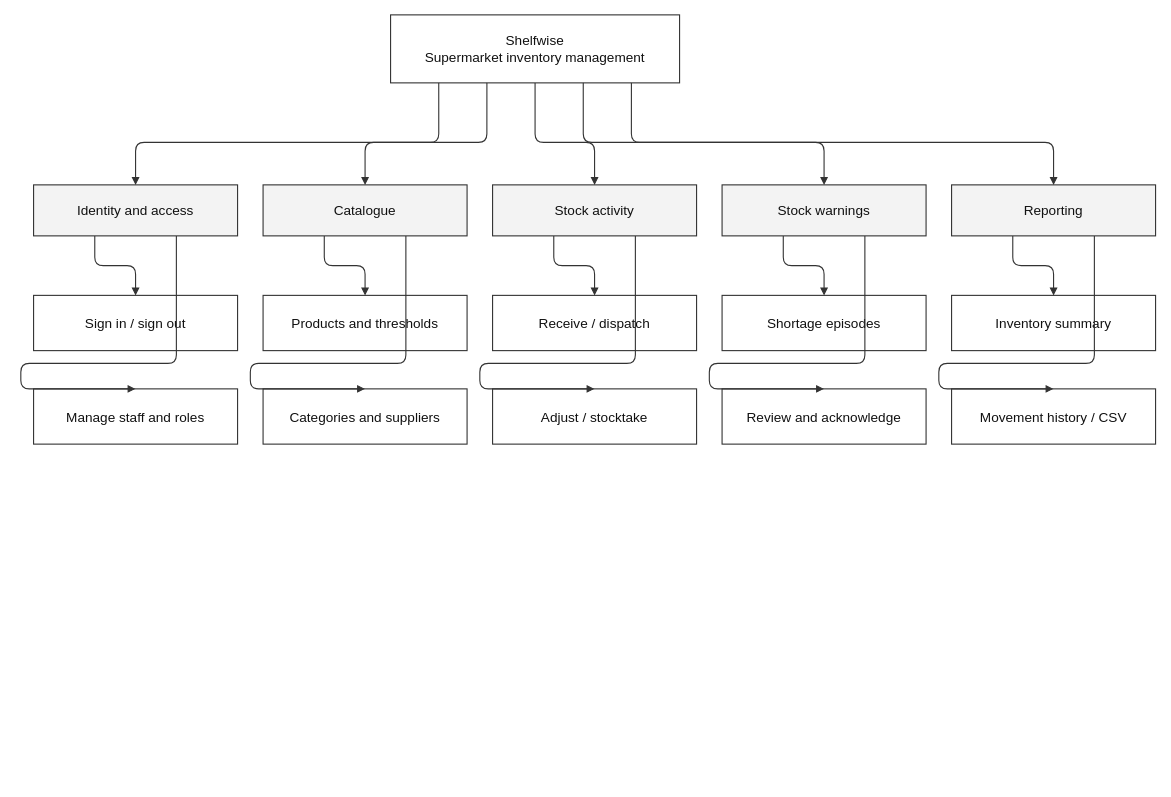
The draw.io diagram thesis/figure-assets/diagrams/01-functional-model.drawio in ZeroRegister/SupermarketsSystem, before the edit. Source tidied: cells renumbered, new cells numbered last; positions are measured from the earlier drawing's top-left corner, leaving out a move shared by most shapes. Both pictures are drawn from the tidied source at 85%, with x=0, y=0 at pixel (20, 14).
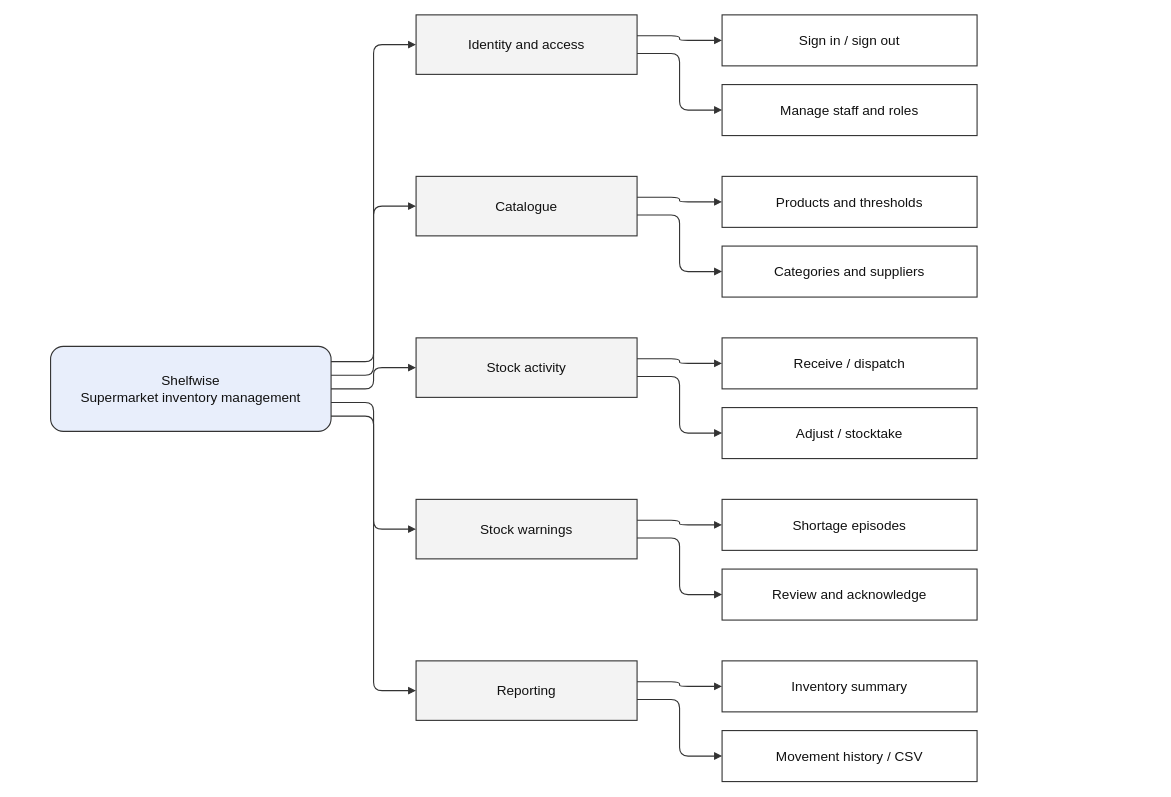
The same page after the edit.

The edit, as a diff of the source:
```diff
@@
-    <mxCell id="2" value="Shelfwise&#10;Supermarket inventory management" style="whiteSpace=wrap;html=1;fontFamily=Arial;fontSize=16;fontColor=#111111;strokeColor=#333333;strokeWidth=1.3;rounded=0;fillColor=#ffffff;" parent="1" vertex="1">
-      <mxGeometry x="435" width="340" height="80" as="geometry" />
+    <mxCell id="2" value="Shelfwise&#10;Supermarket inventory management" style="whiteSpace=wrap;html=1;fontFamily=Arial;fontSize=16;fontColor=#111111;strokeColor=#333333;strokeWidth=1.3;rounded=0;fillColor=#ffffff;rounded=1;fillColor=#e8eefb;" parent="1" vertex="1">
+      <mxGeometry x="35" y="390" width="330" height="100" as="geometry" />
     </mxCell>
     <mxCell id="3" value="Identity and access" style="whiteSpace=wrap;html=1;fontFamily=Arial;fontSize=16;fontColor=#111111;strokeColor=#333333;strokeWidth=1.3;rounded=0;fillColor=#ffffff;fillColor=#f3f3f3;" parent="1" vertex="1">
-      <mxGeometry x="15" y="200" width="240" height="60" as="geometry" />
+      <mxGeometry x="465" width="260" height="70" as="geometry" />
     </mxCell>
-    <mxCell id="4" style="whiteSpace=wrap;html=1;fontFamily=Arial;fontSize=16;fontColor=#111111;strokeColor=#333333;strokeWidth=1.3;edgeStyle=orthogonalEdgeStyle;rounded=1;jettySize=auto;fontSize=13;whiteSpace=nowrap;labelBackgroundColor=#ffffff;endArrow=block;endFill=1;exitX=0.16666666666666666;exitY=1;entryX=0.5;entryY=0;" parent="1" edge="1" source="2" target="3">
-      <mxGeometry relative="1" as="geometry">
-        <Array as="points">
-          <mxPoint x="135" y="150" />
-        </Array>
-      </mxGeometry>
+    <mxCell id="4" style="whiteSpace=wrap;html=1;fontFamily=Arial;fontSize=16;fontColor=#111111;strokeColor=#333333;strokeWidth=1.3;edgeStyle=orthogonalEdgeStyle;rounded=1;jettySize=auto;fontSize=13;whiteSpace=nowrap;labelBackgroundColor=#ffffff;endArrow=block;endFill=1;exitX=1;exitY=0.18;entryX=0;entryY=0.5;" parent="1" edge="1" source="2" target="3">
+      <mxGeometry relative="1" as="geometry" />
     </mxCell>
     <mxCell id="5" value="Sign in / sign out" style="whiteSpace=wrap;html=1;fontFamily=Arial;fontSize=16;fontColor=#111111;strokeColor=#333333;strokeWidth=1.3;rounded=0;fillColor=#ffffff;" parent="1" vertex="1">
-      <mxGeometry x="15" y="330" width="240" height="65" as="geometry" />
+      <mxGeometry x="825" width="300" height="60" as="geometry" />
     </mxCell>
-    <mxCell id="6" style="whiteSpace=wrap;html=1;fontFamily=Arial;fontSize=16;fontColor=#111111;strokeColor=#333333;strokeWidth=1.3;edgeStyle=orthogonalEdgeStyle;rounded=1;jettySize=auto;fontSize=13;whiteSpace=nowrap;labelBackgroundColor=#ffffff;endArrow=block;endFill=1;exitX=0.3;exitY=1;entryX=0.5;entryY=0;" parent="1" edge="1" source="3" target="5">
+    <mxCell id="6" style="whiteSpace=wrap;html=1;fontFamily=Arial;fontSize=16;fontColor=#111111;strokeColor=#333333;strokeWidth=1.3;edgeStyle=orthogonalEdgeStyle;rounded=1;jettySize=auto;fontSize=13;whiteSpace=nowrap;labelBackgroundColor=#ffffff;endArrow=block;endFill=1;exitX=1;exitY=0.35;entryX=0;entryY=0.5;" parent="1" edge="1" source="3" target="5">
       <mxGeometry relative="1" as="geometry" />
     </mxCell>
     <mxCell id="7" value="Manage staff and roles" style="whiteSpace=wrap;html=1;fontFamily=Arial;fontSize=16;fontColor=#111111;strokeColor=#333333;strokeWidth=1.3;rounded=0;fillColor=#ffffff;" parent="1" vertex="1">
-      <mxGeometry x="15" y="440" width="240" height="65" as="geometry" />
+      <mxGeometry x="825" y="82" width="300" height="60" as="geometry" />
     </mxCell>
-    <mxCell id="8" style="whiteSpace=wrap;html=1;fontFamily=Arial;fontSize=16;fontColor=#111111;strokeColor=#333333;strokeWidth=1.3;edgeStyle=orthogonalEdgeStyle;rounded=1;jettySize=auto;fontSize=13;whiteSpace=nowrap;labelBackgroundColor=#ffffff;endArrow=block;endFill=1;exitX=0.7;exitY=1;entryX=0.5;entryY=0;" parent="1" edge="1" source="3" target="7">
-      <mxGeometry relative="1" as="geometry">
-        <Array as="points">
-          <mxPoint y="410" />
-        </Array>
-      </mxGeometry>
+    <mxCell id="8" style="whiteSpace=wrap;html=1;fontFamily=Arial;fontSize=16;fontColor=#111111;strokeColor=#333333;strokeWidth=1.3;edgeStyle=orthogonalEdgeStyle;rounded=1;jettySize=auto;fontSize=13;whiteSpace=nowrap;labelBackgroundColor=#ffffff;endArrow=block;endFill=1;exitX=1;exitY=0.6499999999999999;entryX=0;entryY=0.5;" parent="1" edge="1" source="3" target="7">
+      <mxGeometry relative="1" as="geometry" />
     </mxCell>
     <mxCell id="9" value="Catalogue" style="whiteSpace=wrap;html=1;fontFamily=Arial;fontSize=16;fontColor=#111111;strokeColor=#333333;strokeWidth=1.3;rounded=0;fillColor=#ffffff;fillColor=#f3f3f3;" parent="1" vertex="1">
-      <mxGeometry x="285" y="200" width="240" height="60" as="geometry" />
+      <mxGeometry x="465" y="190" width="260" height="70" as="geometry" />
     </mxCell>
-    <mxCell id="10" style="whiteSpace=wrap;html=1;fontFamily=Arial;fontSize=16;fontColor=#111111;strokeColor=#333333;strokeWidth=1.3;edgeStyle=orthogonalEdgeStyle;rounded=1;jettySize=auto;fontSize=13;whiteSpace=nowrap;labelBackgroundColor=#ffffff;endArrow=block;endFill=1;exitX=0.3333333333333333;exitY=1;entryX=0.5;entryY=0;" parent="1" edge="1" source="2" target="9">
-      <mxGeometry relative="1" as="geometry">
-        <Array as="points">
-          <mxPoint x="405" y="150" />
-        </Array>
-      </mxGeometry>
+    <mxCell id="10" style="whiteSpace=wrap;html=1;fontFamily=Arial;fontSize=16;fontColor=#111111;strokeColor=#333333;strokeWidth=1.3;edgeStyle=orthogonalEdgeStyle;rounded=1;jettySize=auto;fontSize=13;whiteSpace=nowrap;labelBackgroundColor=#ffffff;endArrow=block;endFill=1;exitX=1;exitY=0.33999999999999997;entryX=0;entryY=0.5;" parent="1" edge="1" source="2" target="9">
+      <mxGeometry relative="1" as="geometry" />
     </mxCell>
     <mxCell id="11" value="Products and thresholds" style="whiteSpace=wrap;html=1;fontFamily=Arial;fontSize=16;fontColor=#111111;strokeColor=#333333;strokeWidth=1.3;rounded=0;fillColor=#ffffff;" parent="1" vertex="1">
-      <mxGeometry x="285" y="330" width="240" height="65" as="geometry" />
+      <mxGeometry x="825" y="190" width="300" height="60" as="geometry" />
     </mxCell>
-    <mxCell id="12" style="whiteSpace=wrap;html=1;fontFamily=Arial;fontSize=16;fontColor=#111111;strokeColor=#333333;strokeWidth=1.3;edgeStyle=orthogonalEdgeStyle;rounded=1;jettySize=auto;fontSize=13;whiteSpace=nowrap;labelBackgroundColor=#ffffff;endArrow=block;endFill=1;exitX=0.3;exitY=1;entryX=0.5;entryY=0;" parent="1" edge="1" source="9" target="11">
+    <mxCell id="12" style="whiteSpace=wrap;html=1;fontFamily=Arial;fontSize=16;fontColor=#111111;strokeColor=#333333;strokeWidth=1.3;edgeStyle=orthogonalEdgeStyle;rounded=1;jettySize=auto;fontSize=13;whiteSpace=nowrap;labelBackgroundColor=#ffffff;endArrow=block;endFill=1;exitX=1;exitY=0.35;entryX=0;entryY=0.5;" parent="1" edge="1" source="9" target="11">
       <mxGeometry relative="1" as="geometry" />
     </mxCell>
     <mxCell id="13" value="Categories and suppliers" style="whiteSpace=wrap;html=1;fontFamily=Arial;fontSize=16;fontColor=#111111;strokeColor=#333333;strokeWidth=1.3;rounded=0;fillColor=#ffffff;" parent="1" vertex="1">
-      <mxGeometry x="285" y="440" width="240" height="65" as="geometry" />
+      <mxGeometry x="825" y="272" width="300" height="60" as="geometry" />
     </mxCell>
-    <mxCell id="14" style="whiteSpace=wrap;html=1;fontFamily=Arial;fontSize=16;fontColor=#111111;strokeColor=#333333;strokeWidth=1.3;edgeStyle=orthogonalEdgeStyle;rounded=1;jettySize=auto;fontSize=13;whiteSpace=nowrap;labelBackgroundColor=#ffffff;endArrow=block;endFill=1;exitX=0.7;exitY=1;entryX=0.5;entryY=0;" parent="1" edge="1" source="9" target="13">
-      <mxGeometry relative="1" as="geometry">
-        <Array as="points">
-          <mxPoint x="270" y="410" />
-        </Array>
-      </mxGeometry>
+    <mxCell id="14" style="whiteSpace=wrap;html=1;fontFamily=Arial;fontSize=16;fontColor=#111111;strokeColor=#333333;strokeWidth=1.3;edgeStyle=orthogonalEdgeStyle;rounded=1;jettySize=auto;fontSize=13;whiteSpace=nowrap;labelBackgroundColor=#ffffff;endArrow=block;endFill=1;exitX=1;exitY=0.6499999999999999;entryX=0;entryY=0.5;" parent="1" edge="1" source="9" target="13">
+      <mxGeometry relative="1" as="geometry" />
     </mxCell>
     <mxCell id="15" value="Stock activity" style="whiteSpace=wrap;html=1;fontFamily=Arial;fontSize=16;fontColor=#111111;strokeColor=#333333;strokeWidth=1.3;rounded=0;fillColor=#ffffff;fillColor=#f3f3f3;" parent="1" vertex="1">
-      <mxGeometry x="555" y="200" width="240" height="60" as="geometry" />
+      <mxGeometry x="465" y="380" width="260" height="70" as="geometry" />
     </mxCell>
-    <mxCell id="16" style="whiteSpace=wrap;html=1;fontFamily=Arial;fontSize=16;fontColor=#111111;strokeColor=#333333;strokeWidth=1.3;edgeStyle=orthogonalEdgeStyle;rounded=1;jettySize=auto;fontSize=13;whiteSpace=nowrap;labelBackgroundColor=#ffffff;endArrow=block;endFill=1;exitX=0.5;exitY=1;entryX=0.5;entryY=0;" parent="1" edge="1" source="2" target="15">
-      <mxGeometry relative="1" as="geometry">
-        <Array as="points">
-          <mxPoint x="675" y="150" />
-        </Array>
-      </mxGeometry>
+    <mxCell id="16" style="whiteSpace=wrap;html=1;fontFamily=Arial;fontSize=16;fontColor=#111111;strokeColor=#333333;strokeWidth=1.3;edgeStyle=orthogonalEdgeStyle;rounded=1;jettySize=auto;fontSize=13;whiteSpace=nowrap;labelBackgroundColor=#ffffff;endArrow=block;endFill=1;exitX=1;exitY=0.5;entryX=0;entryY=0.5;" parent="1" edge="1" source="2" target="15">
+      <mxGeometry relative="1" as="geometry" />
     </mxCell>
     <mxCell id="17" value="Receive / dispatch" style="whiteSpace=wrap;html=1;fontFamily=Arial;fontSize=16;fontColor=#111111;strokeColor=#333333;strokeWidth=1.3;rounded=0;fillColor=#ffffff;" parent="1" vertex="1">
-      <mxGeometry x="555" y="330" width="240" height="65" as="geometry" />
+      <mxGeometry x="825" y="380" width="300" height="60" as="geometry" />
     </mxCell>
-    <mxCell id="18" style="whiteSpace=wrap;html=1;fontFamily=Arial;fontSize=16;fontColor=#111111;strokeColor=#333333;strokeWidth=1.3;edgeStyle=orthogonalEdgeStyle;rounded=1;jettySize=auto;fontSize=13;whiteSpace=nowrap;labelBackgroundColor=#ffffff;endArrow=block;endFill=1;exitX=0.3;exitY=1;entryX=0.5;entryY=0;" parent="1" edge="1" source="15" target="17">
+    <mxCell id="18" style="whiteSpace=wrap;html=1;fontFamily=Arial;fontSize=16;fontColor=#111111;strokeColor=#333333;strokeWidth=1.3;edgeStyle=orthogonalEdgeStyle;rounded=1;jettySize=auto;fontSize=13;whiteSpace=nowrap;labelBackgroundColor=#ffffff;endArrow=block;endFill=1;exitX=1;exitY=0.35;entryX=0;entryY=0.5;" parent="1" edge="1" source="15" target="17">
       <mxGeometry relative="1" as="geometry" />
     </mxCell>
     <mxCell id="19" value="Adjust / stocktake" style="whiteSpace=wrap;html=1;fontFamily=Arial;fontSize=16;fontColor=#111111;strokeColor=#333333;strokeWidth=1.3;rounded=0;fillColor=#ffffff;" parent="1" vertex="1">
-      <mxGeometry x="555" y="440" width="240" height="65" as="geometry" />
+      <mxGeometry x="825" y="462" width="300" height="60" as="geometry" />
     </mxCell>
-    <mxCell id="20" style="whiteSpace=wrap;html=1;fontFamily=Arial;fontSize=16;fontColor=#111111;strokeColor=#333333;strokeWidth=1.3;edgeStyle=orthogonalEdgeStyle;rounded=1;jettySize=auto;fontSize=13;whiteSpace=nowrap;labelBackgroundColor=#ffffff;endArrow=block;endFill=1;exitX=0.7;exitY=1;entryX=0.5;entryY=0;" parent="1" edge="1" source="15" target="19">
-      <mxGeometry relative="1" as="geometry">
-        <Array as="points">
-          <mxPoint x="540" y="410" />
-        </Array>
-      </mxGeometry>
+    <mxCell id="20" style="whiteSpace=wrap;html=1;fontFamily=Arial;fontSize=16;fontColor=#111111;strokeColor=#333333;strokeWidth=1.3;edgeStyle=orthogonalEdgeStyle;rounded=1;jettySize=auto;fontSize=13;whiteSpace=nowrap;labelBackgroundColor=#ffffff;endArrow=block;endFill=1;exitX=1;exitY=0.6499999999999999;entryX=0;entryY=0.5;" parent="1" edge="1" source="15" target="19">
+      <mxGeometry relative="1" as="geometry" />
     </mxCell>
     <mxCell id="21" value="Stock warnings" style="whiteSpace=wrap;html=1;fontFamily=Arial;fontSize=16;fontColor=#111111;strokeColor=#333333;strokeWidth=1.3;rounded=0;fillColor=#ffffff;fillColor=#f3f3f3;" parent="1" vertex="1">
-      <mxGeometry x="825" y="200" width="240" height="60" as="geometry" />
+      <mxGeometry x="465" y="570" width="260" height="70" as="geometry" />
     </mxCell>
-    <mxCell id="22" style="whiteSpace=wrap;html=1;fontFamily=Arial;fontSize=16;fontColor=#111111;strokeColor=#333333;strokeWidth=1.3;edgeStyle=orthogonalEdgeStyle;rounded=1;jettySize=auto;fontSize=13;whiteSpace=nowrap;labelBackgroundColor=#ffffff;endArrow=block;endFill=1;exitX=0.6666666666666666;exitY=1;entryX=0.5;entryY=0;" parent="1" edge="1" source="2" target="21">
-      <mxGeometry relative="1" as="geometry">
-        <Array as="points">
-          <mxPoint x="945" y="150" />
-        </Array>
-      </mxGeometry>
+    <mxCell id="22" style="whiteSpace=wrap;html=1;fontFamily=Arial;fontSize=16;fontColor=#111111;strokeColor=#333333;strokeWidth=1.3;edgeStyle=orthogonalEdgeStyle;rounded=1;jettySize=auto;fontSize=13;whiteSpace=nowrap;labelBackgroundColor=#ffffff;endArrow=block;endFill=1;exitX=1;exitY=0.6599999999999999;entryX=0;entryY=0.5;" parent="1" edge="1" source="2" target="21">
+      <mxGeometry relative="1" as="geometry" />
     </mxCell>
     <mxCell id="23" value="Shortage episodes" style="whiteSpace=wrap;html=1;fontFamily=Arial;fontSize=16;fontColor=#111111;strokeColor=#333333;strokeWidth=1.3;rounded=0;fillColor=#ffffff;" parent="1" vertex="1">
-      <mxGeometry x="825" y="330" width="240" height="65" as="geometry" />
+      <mxGeometry x="825" y="570" width="300" height="60" as="geometry" />
     </mxCell>
-    <mxCell id="24" style="whiteSpace=wrap;html=1;fontFamily=Arial;fontSize=16;fontColor=#111111;strokeColor=#333333;strokeWidth=1.3;edgeStyle=orthogonalEdgeStyle;rounded=1;jettySize=auto;fontSize=13;whiteSpace=nowrap;labelBackgroundColor=#ffffff;endArrow=block;endFill=1;exitX=0.3;exitY=1;entryX=0.5;entryY=0;" parent="1" edge="1" source="21" target="23">
+    <mxCell id="24" style="whiteSpace=wrap;html=1;fontFamily=Arial;fontSize=16;fontColor=#111111;strokeColor=#333333;strokeWidth=1.3;edgeStyle=orthogonalEdgeStyle;rounded=1;jettySize=auto;fontSize=13;whiteSpace=nowrap;labelBackgroundColor=#ffffff;endArrow=block;endFill=1;exitX=1;exitY=0.35;entryX=0;entryY=0.5;" parent="1" edge="1" source="21" target="23">
       <mxGeometry relative="1" as="geometry" />
     </mxCell>
     <mxCell id="25" value="Review and acknowledge" style="whiteSpace=wrap;html=1;fontFamily=Arial;fontSize=16;fontColor=#111111;strokeColor=#333333;strokeWidth=1.3;rounded=0;fillColor=#ffffff;" parent="1" vertex="1">
-      <mxGeometry x="825" y="440" width="240" height="65" as="geometry" />
+      <mxGeometry x="825" y="652" width="300" height="60" as="geometry" />
     </mxCell>
-    <mxCell id="26" style="whiteSpace=wrap;html=1;fontFamily=Arial;fontSize=16;fontColor=#111111;strokeColor=#333333;strokeWidth=1.3;edgeStyle=orthogonalEdgeStyle;rounded=1;jettySize=auto;fontSize=13;whiteSpace=nowrap;labelBackgroundColor=#ffffff;endArrow=block;endFill=1;exitX=0.7;exitY=1;entryX=0.5;entryY=0;" parent="1" edge="1" source="21" target="25">
-      <mxGeometry relative="1" as="geometry">
-        <Array as="points">
-          <mxPoint x="810" y="410" />
-        </Array>
-      </mxGeometry>
+    <mxCell id="26" style="whiteSpace=wrap;html=1;fontFamily=Arial;fontSize=16;fontColor=#111111;strokeColor=#333333;strokeWidth=1.3;edgeStyle=orthogonalEdgeStyle;rounded=1;jettySize=auto;fontSize=13;whiteSpace=nowrap;labelBackgroundColor=#ffffff;endArrow=block;endFill=1;exitX=1;exitY=0.6499999999999999;entryX=0;entryY=0.5;" parent="1" edge="1" source="21" target="25">
+      <mxGeometry relative="1" as="geometry" />
     </mxCell>
     <mxCell id="27" value="Reporting" style="whiteSpace=wrap;html=1;fontFamily=Arial;fontSize=16;fontColor=#111111;strokeColor=#333333;strokeWidth=1.3;rounded=0;fillColor=#ffffff;fillColor=#f3f3f3;" parent="1" vertex="1">
-      <mxGeometry x="1095" y="200" width="240" height="60" as="geometry" />
+      <mxGeometry x="465" y="760" width="260" height="70" as="geometry" />
     </mxCell>
-    <mxCell id="28" style="whiteSpace=wrap;html=1;fontFamily=Arial;fontSize=16;fontColor=#111111;strokeColor=#333333;strokeWidth=1.3;edgeStyle=orthogonalEdgeStyle;rounded=1;jettySize=auto;fontSize=13;whiteSpace=nowrap;labelBackgroundColor=#ffffff;endArrow=block;endFill=1;exitX=0.8333333333333334;exitY=1;entryX=0.5;entryY=0;" parent="1" edge="1" source="2" target="27">
-      <mxGeometry relative="1" as="geometry">
-        <Array as="points">
-          <mxPoint x="1215" y="150" />
-        </Array>
-      </mxGeometry>
+    <mxCell id="28" style="whiteSpace=wrap;html=1;fontFamily=Arial;fontSize=16;fontColor=#111111;strokeColor=#333333;strokeWidth=1.3;edgeStyle=orthogonalEdgeStyle;rounded=1;jettySize=auto;fontSize=13;whiteSpace=nowrap;labelBackgroundColor=#ffffff;endArrow=block;endFill=1;exitX=1;exitY=0.8200000000000001;entryX=0;entryY=0.5;" parent="1" edge="1" source="2" target="27">
+      <mxGeometry relative="1" as="geometry" />
     </mxCell>
     <mxCell id="29" value="Inventory summary" style="whiteSpace=wrap;html=1;fontFamily=Arial;fontSize=16;fontColor=#111111;strokeColor=#333333;strokeWidth=1.3;rounded=0;fillColor=#ffffff;" parent="1" vertex="1">
-      <mxGeometry x="1095" y="330" width="240" height="65" as="geometry" />
+      <mxGeometry x="825" y="760" width="300" height="60" as="geometry" />
     </mxCell>
-    <mxCell id="30" style="whiteSpace=wrap;html=1;fontFamily=Arial;fontSize=16;fontColor=#111111;strokeColor=#333333;strokeWidth=1.3;edgeStyle=orthogonalEdgeStyle;rounded=1;jettySize=auto;fontSize=13;whiteSpace=nowrap;labelBackgroundColor=#ffffff;endArrow=block;endFill=1;exitX=0.3;exitY=1;entryX=0.5;entryY=0;" parent="1" edge="1" source="27" target="29">
+    <mxCell id="30" style="whiteSpace=wrap;html=1;fontFamily=Arial;fontSize=16;fontColor=#111111;strokeColor=#333333;strokeWidth=1.3;edgeStyle=orthogonalEdgeStyle;rounded=1;jettySize=auto;fontSize=13;whiteSpace=nowrap;labelBackgroundColor=#ffffff;endArrow=block;endFill=1;exitX=1;exitY=0.35;entryX=0;entryY=0.5;" parent="1" edge="1" source="27" target="29">
       <mxGeometry relative="1" as="geometry" />
     </mxCell>
     <mxCell id="31" value="Movement history / CSV" style="whiteSpace=wrap;html=1;fontFamily=Arial;fontSize=16;fontColor=#111111;strokeColor=#333333;strokeWidth=1.3;rounded=0;fillColor=#ffffff;" parent="1" vertex="1">
-      <mxGeometry x="1095" y="440" width="240" height="65" as="geometry" />
+      <mxGeometry x="825" y="842" width="300" height="60" as="geometry" />
     </mxCell>
-    <mxCell id="32" style="whiteSpace=wrap;html=1;fontFamily=Arial;fontSize=16;fontColor=#111111;strokeColor=#333333;strokeWidth=1.3;edgeStyle=orthogonalEdgeStyle;rounded=1;jettySize=auto;fontSize=13;whiteSpace=nowrap;labelBackgroundColor=#ffffff;endArrow=block;endFill=1;exitX=0.7;exitY=1;entryX=0.5;entryY=0;" parent="1" edge="1" source="27" target="31">
-      <mxGeometry relative="1" as="geometry">
-        <Array as="points">
-          <mxPoint x="1080" y="410" />
-        </Array>
-      </mxGeometry>
+    <mxCell id="32" style="whiteSpace=wrap;html=1;fontFamily=Arial;fontSize=16;fontColor=#111111;strokeColor=#333333;strokeWidth=1.3;edgeStyle=orthogonalEdgeStyle;rounded=1;jettySize=auto;fontSize=13;whiteSpace=nowrap;labelBackgroundColor=#ffffff;endArrow=block;endFill=1;exitX=1;exitY=0.6499999999999999;entryX=0;entryY=0.5;" parent="1" edge="1" source="27" target="31">
+      <mxGeometry relative="1" as="geometry" />
     </mxCell>
```
